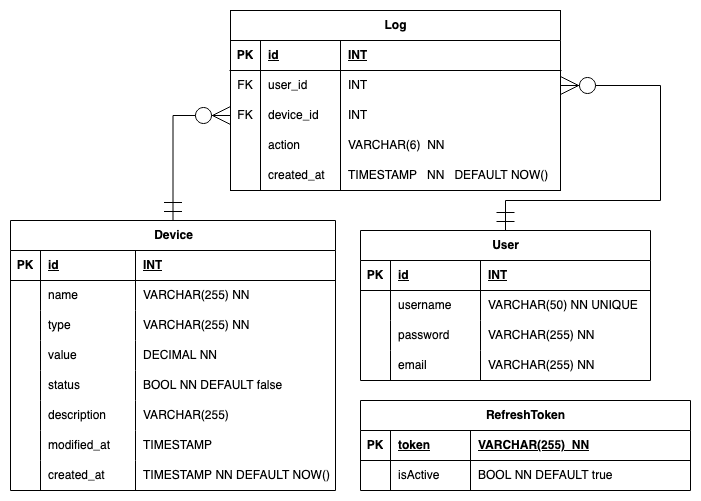
This is ERD.png from swe-course-hkr/swe-python-backend, a draw.io export, as it was before one commit. Source tidied: cells renumbered, new cells last; positions are measured from the earlier drawing's top-left corner, leaving out a move shared by most shapes.
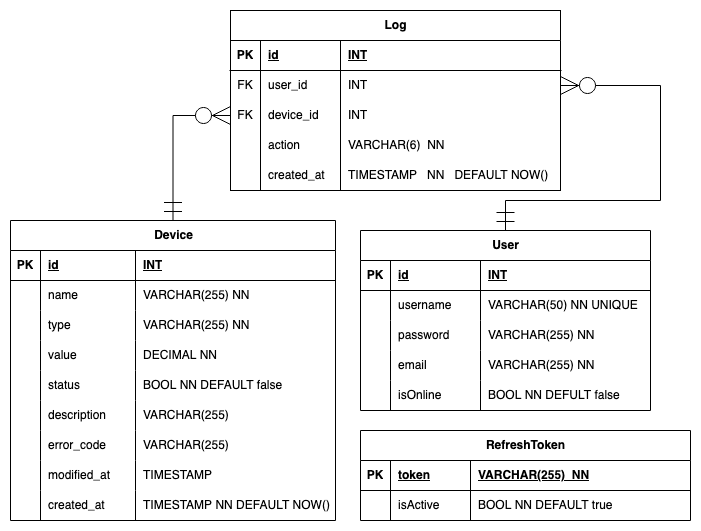
Above is the later version.

The edit, as a diff of the source:
```diff
@@ -66,7 +66,7 @@
       <mxGeometry x="110" width="220" height="30" as="geometry" />
     </mxCell>
     <mxCell id="23" value="Device" style="shape=table;startSize=30;rowLines=0;fontStyle=1;align=center;html=1;" parent="1" vertex="1">
-      <mxGeometry y="210" width="325" height="270" as="geometry" />
+      <mxGeometry y="210" width="325" height="300" as="geometry" />
     </mxCell>
     <mxCell id="24" style="shape=tableRow;horizontal=0;startSize=0;swimlaneHead=0;swimlaneBody=0;fillColor=none;top=0;left=0;right=0;bottom=1;" parent="23" vertex="1">
       <mxGeometry y="30" width="325" height="30" as="geometry" />
@@ -146,10 +146,10 @@
     <mxCell id="49" style="shape=partialRectangle;fillColor=none;top=0;left=0;bottom=0;right=0;overflow=hidden;whiteSpace=wrap;html=1;" parent="48" vertex="1">
       <mxGeometry width="30" height="30" as="geometry" />
     </mxCell>
-    <mxCell id="50" value="modified_at" style="shape=partialRectangle;fillColor=none;top=0;left=0;bottom=0;right=0;align=left;spacingLeft=6;overflow=hidden;whiteSpace=wrap;html=1;" parent="48" vertex="1">
+    <mxCell id="50" value="error_code" style="shape=partialRectangle;fillColor=none;top=0;left=0;bottom=0;right=0;align=left;spacingLeft=6;overflow=hidden;whiteSpace=wrap;html=1;" parent="48" vertex="1">
       <mxGeometry x="30" width="95" height="30" as="geometry" />
     </mxCell>
-    <mxCell id="51" value="TIMESTAMP" style="shape=partialRectangle;fillColor=none;top=0;left=0;bottom=0;right=0;align=left;spacingLeft=6;overflow=hidden;whiteSpace=wrap;html=1;" parent="48" vertex="1">
+    <mxCell id="51" value="VARCHAR(255)" style="shape=partialRectangle;fillColor=none;top=0;left=0;bottom=0;right=0;align=left;spacingLeft=6;overflow=hidden;whiteSpace=wrap;html=1;" parent="48" vertex="1">
       <mxGeometry x="125" width="200" height="30" as="geometry" />
     </mxCell>
     <mxCell id="52" style="shape=tableRow;horizontal=0;startSize=0;swimlaneHead=0;swimlaneBody=0;fillColor=none;top=0;left=0;right=0;bottom=0;" parent="23" vertex="1">
@@ -158,101 +158,125 @@
     <mxCell id="53" style="shape=partialRectangle;fillColor=none;top=0;left=0;bottom=0;right=0;overflow=hidden;whiteSpace=wrap;html=1;" parent="52" vertex="1">
       <mxGeometry width="30" height="30" as="geometry" />
     </mxCell>
-    <mxCell id="54" value="created_at" style="shape=partialRectangle;fillColor=none;top=0;left=0;bottom=0;right=0;align=left;spacingLeft=6;overflow=hidden;whiteSpace=wrap;html=1;" parent="52" vertex="1">
+    <mxCell id="54" value="modified_at" style="shape=partialRectangle;fillColor=none;top=0;left=0;bottom=0;right=0;align=left;spacingLeft=6;overflow=hidden;whiteSpace=wrap;html=1;" parent="52" vertex="1">
       <mxGeometry x="30" width="95" height="30" as="geometry" />
     </mxCell>
-    <mxCell id="55" value="TIMESTAMP NN DEFAULT NOW()" style="shape=partialRectangle;fillColor=none;top=0;left=0;bottom=0;right=0;align=left;spacingLeft=6;overflow=hidden;whiteSpace=wrap;html=1;" parent="52" vertex="1">
+    <mxCell id="55" value="TIMESTAMP" style="shape=partialRectangle;fillColor=none;top=0;left=0;bottom=0;right=0;align=left;spacingLeft=6;overflow=hidden;whiteSpace=wrap;html=1;" parent="52" vertex="1">
       <mxGeometry x="125" width="200" height="30" as="geometry" />
     </mxCell>
-    <mxCell id="56" value="User" style="shape=table;startSize=30;rowLines=0;fontStyle=1;align=center;html=1;" parent="1" vertex="1">
-      <mxGeometry x="350" y="220" width="290" height="150" as="geometry" />
+    <mxCell id="56" style="shape=tableRow;horizontal=0;startSize=0;swimlaneHead=0;swimlaneBody=0;fillColor=none;points=[[0,0.5],[1,0.5]];portConstraint=eastwest;top=0;left=0;right=0;bottom=0;" parent="23" vertex="1">
+      <mxGeometry y="270" width="325" height="30" as="geometry" />
     </mxCell>
-    <mxCell id="57" style="shape=tableRow;horizontal=0;startSize=0;swimlaneHead=0;swimlaneBody=0;fillColor=none;top=0;left=0;right=0;bottom=1;" parent="56" vertex="1">
-      <mxGeometry y="30" width="290" height="30" as="geometry" />
+    <mxCell id="57" style="shape=partialRectangle;fillColor=none;top=0;left=0;bottom=0;right=0;overflow=hidden;whiteSpace=wrap;html=1;" parent="56" vertex="1">
+      <mxGeometry width="30" height="30" as="geometry" />
     </mxCell>
-    <mxCell id="58" value="PK" style="shape=partialRectangle;fillColor=none;top=0;left=0;bottom=0;right=0;fontStyle=1;overflow=hidden;whiteSpace=wrap;html=1;" parent="57" vertex="1">
-      <mxGeometry width="30" height="30" as="geometry" />
+    <mxCell id="58" value="created_at" style="shape=partialRectangle;fillColor=none;top=0;left=0;bottom=0;right=0;align=left;spacingLeft=6;overflow=hidden;whiteSpace=wrap;html=1;" parent="56" vertex="1">
+      <mxGeometry x="30" width="95" height="30" as="geometry" />
     </mxCell>
-    <mxCell id="59" value="id" style="shape=partialRectangle;fillColor=none;top=0;left=0;bottom=0;right=0;align=left;spacingLeft=6;fontStyle=5;overflow=hidden;whiteSpace=wrap;html=1;" parent="57" vertex="1">
-      <mxGeometry x="30" width="90" height="30" as="geometry" />
+    <mxCell id="59" value="TIMESTAMP NN DEFAULT NOW()" style="shape=partialRectangle;fillColor=none;top=0;left=0;bottom=0;right=0;align=left;spacingLeft=6;overflow=hidden;whiteSpace=wrap;html=1;" parent="56" vertex="1">
+      <mxGeometry x="125" width="200" height="30" as="geometry" />
     </mxCell>
-    <mxCell id="60" value="INT" style="shape=partialRectangle;fillColor=none;top=0;left=0;bottom=0;right=0;align=left;spacingLeft=6;fontStyle=5;overflow=hidden;whiteSpace=wrap;html=1;" parent="57" vertex="1">
-      <mxGeometry x="120" width="170" height="30" as="geometry" />
+    <mxCell id="60" value="User" style="shape=table;startSize=30;rowLines=0;fontStyle=1;align=center;html=1;" parent="1" vertex="1">
+      <mxGeometry x="350" y="220" width="290" height="180" as="geometry" />
     </mxCell>
-    <mxCell id="61" style="shape=tableRow;horizontal=0;startSize=0;swimlaneHead=0;swimlaneBody=0;fillColor=none;top=0;left=0;right=0;bottom=0;" parent="56" vertex="1">
-      <mxGeometry y="60" width="290" height="30" as="geometry" />
+    <mxCell id="61" style="shape=tableRow;horizontal=0;startSize=0;swimlaneHead=0;swimlaneBody=0;fillColor=none;top=0;left=0;right=0;bottom=1;" parent="60" vertex="1">
+      <mxGeometry y="30" width="290" height="30" as="geometry" />
     </mxCell>
-    <mxCell id="62" style="shape=partialRectangle;fillColor=none;top=0;left=0;bottom=0;right=0;overflow=hidden;whiteSpace=wrap;html=1;" parent="61" vertex="1">
+    <mxCell id="62" value="PK" style="shape=partialRectangle;fillColor=none;top=0;left=0;bottom=0;right=0;fontStyle=1;overflow=hidden;whiteSpace=wrap;html=1;" parent="61" vertex="1">
       <mxGeometry width="30" height="30" as="geometry" />
     </mxCell>
-    <mxCell id="63" value="username" style="shape=partialRectangle;fillColor=none;top=0;left=0;bottom=0;right=0;align=left;spacingLeft=6;overflow=hidden;whiteSpace=wrap;html=1;" parent="61" vertex="1">
+    <mxCell id="63" value="id" style="shape=partialRectangle;fillColor=none;top=0;left=0;bottom=0;right=0;align=left;spacingLeft=6;fontStyle=5;overflow=hidden;whiteSpace=wrap;html=1;" parent="61" vertex="1">
       <mxGeometry x="30" width="90" height="30" as="geometry" />
     </mxCell>
-    <mxCell id="64" value="VARCHAR(50) NN UNIQUE" style="shape=partialRectangle;fillColor=none;top=0;left=0;bottom=0;right=0;align=left;spacingLeft=6;overflow=hidden;whiteSpace=wrap;html=1;" parent="61" vertex="1">
+    <mxCell id="64" value="INT" style="shape=partialRectangle;fillColor=none;top=0;left=0;bottom=0;right=0;align=left;spacingLeft=6;fontStyle=5;overflow=hidden;whiteSpace=wrap;html=1;" parent="61" vertex="1">
       <mxGeometry x="120" width="170" height="30" as="geometry" />
     </mxCell>
-    <mxCell id="65" style="shape=tableRow;horizontal=0;startSize=0;swimlaneHead=0;swimlaneBody=0;fillColor=none;top=0;left=0;right=0;bottom=0;" parent="56" vertex="1">
-      <mxGeometry y="90" width="290" height="30" as="geometry" />
+    <mxCell id="65" style="shape=tableRow;horizontal=0;startSize=0;swimlaneHead=0;swimlaneBody=0;fillColor=none;top=0;left=0;right=0;bottom=0;" parent="60" vertex="1">
+      <mxGeometry y="60" width="290" height="30" as="geometry" />
     </mxCell>
     <mxCell id="66" style="shape=partialRectangle;fillColor=none;top=0;left=0;bottom=0;right=0;overflow=hidden;whiteSpace=wrap;html=1;" parent="65" vertex="1">
       <mxGeometry width="30" height="30" as="geometry" />
     </mxCell>
-    <mxCell id="67" value="password" style="shape=partialRectangle;fillColor=none;top=0;left=0;bottom=0;right=0;align=left;spacingLeft=6;overflow=hidden;whiteSpace=wrap;html=1;" parent="65" vertex="1">
+    <mxCell id="67" value="username" style="shape=partialRectangle;fillColor=none;top=0;left=0;bottom=0;right=0;align=left;spacingLeft=6;overflow=hidden;whiteSpace=wrap;html=1;" parent="65" vertex="1">
       <mxGeometry x="30" width="90" height="30" as="geometry" />
     </mxCell>
-    <mxCell id="68" value="VARCHAR(255) NN" style="shape=partialRectangle;fillColor=none;top=0;left=0;bottom=0;right=0;align=left;spacingLeft=6;overflow=hidden;whiteSpace=wrap;html=1;" parent="65" vertex="1">
+    <mxCell id="68" value="VARCHAR(50) NN UNIQUE" style="shape=partialRectangle;fillColor=none;top=0;left=0;bottom=0;right=0;align=left;spacingLeft=6;overflow=hidden;whiteSpace=wrap;html=1;" parent="65" vertex="1">
       <mxGeometry x="120" width="170" height="30" as="geometry" />
     </mxCell>
-    <mxCell id="69" style="shape=tableRow;horizontal=0;startSize=0;swimlaneHead=0;swimlaneBody=0;fillColor=none;top=0;left=0;right=0;bottom=0;" parent="56" vertex="1">
-      <mxGeometry y="120" width="290" height="30" as="geometry" />
+    <mxCell id="69" style="shape=tableRow;horizontal=0;startSize=0;swimlaneHead=0;swimlaneBody=0;fillColor=none;top=0;left=0;right=0;bottom=0;" parent="60" vertex="1">
+      <mxGeometry y="90" width="290" height="30" as="geometry" />
     </mxCell>
     <mxCell id="70" style="shape=partialRectangle;fillColor=none;top=0;left=0;bottom=0;right=0;overflow=hidden;whiteSpace=wrap;html=1;" parent="69" vertex="1">
       <mxGeometry width="30" height="30" as="geometry" />
     </mxCell>
-    <mxCell id="71" value="email" style="shape=partialRectangle;fillColor=none;top=0;left=0;bottom=0;right=0;align=left;spacingLeft=6;overflow=hidden;whiteSpace=wrap;html=1;" parent="69" vertex="1">
+    <mxCell id="71" value="password" style="shape=partialRectangle;fillColor=none;top=0;left=0;bottom=0;right=0;align=left;spacingLeft=6;overflow=hidden;whiteSpace=wrap;html=1;" parent="69" vertex="1">
       <mxGeometry x="30" width="90" height="30" as="geometry" />
     </mxCell>
     <mxCell id="72" value="VARCHAR(255) NN" style="shape=partialRectangle;fillColor=none;top=0;left=0;bottom=0;right=0;align=left;spacingLeft=6;overflow=hidden;whiteSpace=wrap;html=1;" parent="69" vertex="1">
       <mxGeometry x="120" width="170" height="30" as="geometry" />
     </mxCell>
-    <mxCell id="73" value="RefreshToken" style="shape=table;startSize=30;rowLines=0;fontStyle=1;align=center;html=1;" parent="1" vertex="1">
-      <mxGeometry x="350" y="390" width="330" height="90" as="geometry" />
+    <mxCell id="73" style="shape=tableRow;horizontal=0;startSize=0;swimlaneHead=0;swimlaneBody=0;fillColor=none;top=0;left=0;right=0;bottom=0;" parent="60" vertex="1">
+      <mxGeometry y="120" width="290" height="30" as="geometry" />
     </mxCell>
-    <mxCell id="74" style="shape=tableRow;horizontal=0;startSize=0;swimlaneHead=0;swimlaneBody=0;fillColor=none;top=0;left=0;right=0;bottom=1;" parent="73" vertex="1">
-      <mxGeometry y="30" width="330" height="30" as="geometry" />
+    <mxCell id="74" style="shape=partialRectangle;fillColor=none;top=0;left=0;bottom=0;right=0;overflow=hidden;whiteSpace=wrap;html=1;" parent="73" vertex="1">
+      <mxGeometry width="30" height="30" as="geometry" />
     </mxCell>
-    <mxCell id="75" value="PK" style="shape=partialRectangle;fillColor=none;top=0;left=0;bottom=0;right=0;fontStyle=1;overflow=hidden;whiteSpace=wrap;html=1;" parent="74" vertex="1">
-      <mxGeometry width="30" height="30" as="geometry" />
+    <mxCell id="75" value="email" style="shape=partialRectangle;fillColor=none;top=0;left=0;bottom=0;right=0;align=left;spacingLeft=6;overflow=hidden;whiteSpace=wrap;html=1;" parent="73" vertex="1">
+      <mxGeometry x="30" width="90" height="30" as="geometry" />
     </mxCell>
-    <mxCell id="76" value="token" style="shape=partialRectangle;fillColor=none;top=0;left=0;bottom=0;right=0;align=left;spacingLeft=6;fontStyle=5;overflow=hidden;whiteSpace=wrap;html=1;" parent="74" vertex="1">
-      <mxGeometry x="30" width="80" height="30" as="geometry" />
+    <mxCell id="76" value="VARCHAR(255) NN" style="shape=partialRectangle;fillColor=none;top=0;left=0;bottom=0;right=0;align=left;spacingLeft=6;overflow=hidden;whiteSpace=wrap;html=1;" parent="73" vertex="1">
+      <mxGeometry x="120" width="170" height="30" as="geometry" />
     </mxCell>
-    <mxCell id="77" value="VARCHAR(255)&amp;nbsp; NN" style="shape=partialRectangle;fillColor=none;top=0;left=0;bottom=0;right=0;align=left;spacingLeft=6;fontStyle=5;overflow=hidden;whiteSpace=wrap;html=1;" parent="74" vertex="1">
-      <mxGeometry x="110" width="220" height="30" as="geometry" />
+    <mxCell id="77" style="shape=tableRow;horizontal=0;startSize=0;swimlaneHead=0;swimlaneBody=0;fillColor=none;top=0;left=0;right=0;bottom=0;" parent="60" vertex="1">
+      <mxGeometry y="150" width="290" height="30" as="geometry" />
     </mxCell>
-    <mxCell id="78" style="shape=tableRow;horizontal=0;startSize=0;swimlaneHead=0;swimlaneBody=0;fillColor=none;top=0;left=0;right=0;bottom=0;" parent="73" vertex="1">
-      <mxGeometry y="60" width="330" height="30" as="geometry" />
+    <mxCell id="78" style="shape=partialRectangle;fillColor=none;top=0;left=0;bottom=0;right=0;overflow=hidden;whiteSpace=wrap;html=1;" parent="77" vertex="1">
+      <mxGeometry width="30" height="30" as="geometry" />
     </mxCell>
-    <mxCell id="79" style="shape=partialRectangle;fillColor=none;top=0;left=0;bottom=0;right=0;overflow=hidden;whiteSpace=wrap;html=1;" parent="78" vertex="1">
-      <mxGeometry width="30" height="30" as="geometry" />
+    <mxCell id="79" value="isOnline" style="shape=partialRectangle;fillColor=none;top=0;left=0;bottom=0;right=0;align=left;spacingLeft=6;overflow=hidden;whiteSpace=wrap;html=1;" parent="77" vertex="1">
+      <mxGeometry x="30" width="90" height="30" as="geometry" />
     </mxCell>
-    <mxCell id="80" value="isActive" style="shape=partialRectangle;fillColor=none;top=0;left=0;bottom=0;right=0;align=left;spacingLeft=6;overflow=hidden;whiteSpace=wrap;html=1;" parent="78" vertex="1">
-      <mxGeometry x="30" width="80" height="30" as="geometry" />
+    <mxCell id="80" value="BOOL NN DEFULT false" style="shape=partialRectangle;fillColor=none;top=0;left=0;bottom=0;right=0;align=left;spacingLeft=6;overflow=hidden;whiteSpace=wrap;html=1;" parent="77" vertex="1">
+      <mxGeometry x="120" width="170" height="30" as="geometry" />
     </mxCell>
-    <mxCell id="81" value="BOOL NN DEFAULT true" style="shape=partialRectangle;fillColor=none;top=0;left=0;bottom=0;right=0;align=left;spacingLeft=6;overflow=hidden;whiteSpace=wrap;html=1;" parent="78" vertex="1">
-      <mxGeometry x="110" width="220" height="30" as="geometry" />
+    <mxCell id="81" value="RefreshToken" style="shape=table;startSize=30;rowLines=0;fontStyle=1;align=center;html=1;" parent="1" vertex="1">
+      <mxGeometry x="350" y="420" width="330" height="90" as="geometry" />
     </mxCell>
-    <mxCell id="82" style="fontSize=12;html=1;endArrow=ERzeroToMany;startArrow=ERmandOne;rounded=0;exitX=0.5;exitY=0;exitDx=0;exitDy=0;entryX=0;entryY=0.5;entryDx=0;entryDy=0;edgeStyle=orthogonalEdgeStyle;endSize=16;startSize=16;" parent="1" edge="1" source="23" target="11">
-      <mxGeometry relative="1" as="geometry" />
+    <mxCell id="82" style="shape=tableRow;horizontal=0;startSize=0;swimlaneHead=0;swimlaneBody=0;fillColor=none;top=0;left=0;right=0;bottom=1;" parent="81" vertex="1">
+      <mxGeometry y="30" width="330" height="30" as="geometry" />
     </mxCell>
-    <mxCell id="83" style="fontSize=12;html=1;endArrow=ERzeroToMany;startArrow=ERmandOne;rounded=0;entryX=1;entryY=0.5;entryDx=0;entryDy=0;exitX=0.5;exitY=0;exitDx=0;exitDy=0;edgeStyle=orthogonalEdgeStyle;endSize=16;startSize=16;" parent="1" edge="1" source="56" target="7">
-      <mxGeometry relative="1" as="geometry">
-        <Array as="points">
-          <mxPoint x="495" y="190" />
-          <mxPoint x="650" y="190" />
-          <mxPoint x="650" y="75" />
-        </Array>
-      </mxGeometry>
+    <mxCell id="83" value="PK" style="shape=partialRectangle;fillColor=none;top=0;left=0;bottom=0;right=0;fontStyle=1;overflow=hidden;whiteSpace=wrap;html=1;" parent="82" vertex="1">
+      <mxGeometry width="30" height="30" as="geometry" />
     </mxCell>
+    <mxCell id="84" value="token" style="shape=partialRectangle;fillColor=none;top=0;left=0;bottom=0;right=0;align=left;spacingLeft=6;fontStyle=5;overflow=hidden;whiteSpace=wrap;html=1;" parent="82" vertex="1">
+      <mxGeometry x="30" width="80" height="30" as="geometry" />
+    </mxCell>
+    <mxCell id="85" value="VARCHAR(255)&amp;nbsp; NN" style="shape=partialRectangle;fillColor=none;top=0;left=0;bottom=0;right=0;align=left;spacingLeft=6;fontStyle=5;overflow=hidden;whiteSpace=wrap;html=1;" parent="82" vertex="1">
+      <mxGeometry x="110" width="220" height="30" as="geometry" />
+    </mxCell>
+    <mxCell id="86" style="shape=tableRow;horizontal=0;startSize=0;swimlaneHead=0;swimlaneBody=0;fillColor=none;top=0;left=0;right=0;bottom=0;" parent="81" vertex="1">
+      <mxGeometry y="60" width="330" height="30" as="geometry" />
+    </mxCell>
+    <mxCell id="87" style="shape=partialRectangle;fillColor=none;top=0;left=0;bottom=0;right=0;overflow=hidden;whiteSpace=wrap;html=1;" parent="86" vertex="1">
+      <mxGeometry width="30" height="30" as="geometry" />
+    </mxCell>
+    <mxCell id="88" value="isActive" style="shape=partialRectangle;fillColor=none;top=0;left=0;bottom=0;right=0;align=left;spacingLeft=6;overflow=hidden;whiteSpace=wrap;html=1;" parent="86" vertex="1">
+      <mxGeometry x="30" width="80" height="30" as="geometry" />
+    </mxCell>
+    <mxCell id="89" value="BOOL NN DEFAULT true" style="shape=partialRectangle;fillColor=none;top=0;left=0;bottom=0;right=0;align=left;spacingLeft=6;overflow=hidden;whiteSpace=wrap;html=1;" parent="86" vertex="1">
+      <mxGeometry x="110" width="220" height="30" as="geometry" />
+    </mxCell>
+    <mxCell id="90" style="fontSize=12;html=1;endArrow=ERzeroToMany;startArrow=ERmandOne;rounded=0;exitX=0.5;exitY=0;exitDx=0;exitDy=0;entryX=0;entryY=0.5;entryDx=0;entryDy=0;edgeStyle=orthogonalEdgeStyle;endSize=16;startSize=16;" parent="1" edge="1" source="23" target="11">
+      <mxGeometry relative="1" as="geometry" />
+    </mxCell>
+    <mxCell id="91" style="fontSize=12;html=1;endArrow=ERzeroToMany;startArrow=ERmandOne;rounded=0;entryX=1;entryY=0.5;entryDx=0;entryDy=0;exitX=0.5;exitY=0;exitDx=0;exitDy=0;edgeStyle=orthogonalEdgeStyle;endSize=16;startSize=16;" parent="1" edge="1" source="60" target="7">
+      <mxGeometry relative="1" as="geometry">
+        <Array as="points">
+          <mxPoint x="495" y="190" />
+          <mxPoint x="650" y="190" />
+          <mxPoint x="650" y="75" />
+        </Array>
+      </mxGeometry>
+    </mxCell>
   </root>
 </mxGraphModel>
```
